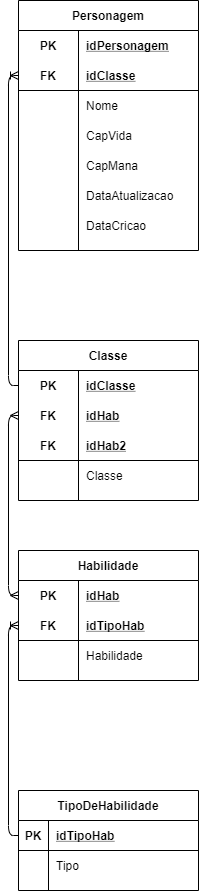
Before: Hroadsprojeto/DiagramaConceitualLogicoFisico/SENAI_HROADS_MANHA-logico.png, a diagram exported from draw.io (JvTolentinoS/-senai_sprint1_bd). Source tidied: cells renumbered, new cells last; positions are measured from the earlier drawing's top-left corner, leaving out a move shared by most shapes. Its diagram source:
```xml
<mxGraphModel>
  <root>
    <mxCell id="0" />
    <mxCell id="1" parent="0" />
    <mxCell id="2" value="TipoDeHabilidade" style="shape=table;startSize=30;rowLines=0;fontStyle=1;align=center;" parent="1" vertex="1">
      <mxGeometry y="790" width="180" height="100" as="geometry" />
    </mxCell>
    <mxCell id="3" style="shape=partialRectangle;fillColor=none;top=0;left=0;bottom=1;right=0;points=[[0,0.5],[1,0.5]];portConstraint=eastwest;" parent="2" vertex="1">
      <mxGeometry y="30" width="180" height="30" as="geometry" />
    </mxCell>
    <mxCell id="4" value="PK" style="shape=partialRectangle;fillColor=none;top=0;left=0;bottom=0;right=0;fontStyle=1;overflow=hidden;" parent="3" vertex="1">
      <mxGeometry width="30" height="30" as="geometry" />
    </mxCell>
    <mxCell id="5" value="idTipoHab" style="shape=partialRectangle;fillColor=none;top=0;left=0;bottom=0;right=0;align=left;spacingLeft=6;fontStyle=5;overflow=hidden;" parent="3" vertex="1">
      <mxGeometry x="30" width="150" height="30" as="geometry" />
    </mxCell>
    <mxCell id="6" style="shape=partialRectangle;fillColor=none;top=0;left=0;bottom=0;right=0;" parent="2" vertex="1">
      <mxGeometry y="60" width="180" height="30" as="geometry" />
    </mxCell>
    <mxCell id="7" style="shape=partialRectangle;fillColor=none;top=0;left=0;bottom=0;right=0;overflow=hidden;" parent="6" vertex="1">
      <mxGeometry width="30" height="30" as="geometry" />
    </mxCell>
    <mxCell id="8" value="Tipo" style="shape=partialRectangle;fillColor=none;top=0;left=0;bottom=0;right=0;align=left;spacingLeft=6;overflow=hidden;" parent="6" vertex="1">
      <mxGeometry x="30" width="150" height="30" as="geometry" />
    </mxCell>
    <mxCell id="9" value="Habilidade" style="shape=table;startSize=30;rowLines=0;fontStyle=1;align=center;" parent="1" vertex="1">
      <mxGeometry y="550" width="180" height="130" as="geometry" />
    </mxCell>
    <mxCell id="10" style="shape=partialRectangle;fillColor=none;top=0;left=0;bottom=0;right=0;points=[[0,0.5],[1,0.5]];portConstraint=eastwest;" parent="9" vertex="1">
      <mxGeometry y="30" width="180" height="30" as="geometry" />
    </mxCell>
    <mxCell id="11" value="PK" style="shape=partialRectangle;fillColor=none;top=0;left=0;bottom=0;right=0;fontStyle=1;overflow=hidden;" parent="10" vertex="1">
      <mxGeometry width="60" height="30" as="geometry" />
    </mxCell>
    <mxCell id="12" value="idHab" style="shape=partialRectangle;fillColor=none;top=0;left=0;bottom=0;right=0;align=left;spacingLeft=6;fontStyle=5;overflow=hidden;" parent="10" vertex="1">
      <mxGeometry x="60" width="120" height="30" as="geometry" />
    </mxCell>
    <mxCell id="13" style="shape=partialRectangle;fillColor=none;top=0;left=0;bottom=1;right=0;points=[[0,0.5],[1,0.5]];portConstraint=eastwest;" parent="9" vertex="1">
      <mxGeometry y="60" width="180" height="30" as="geometry" />
    </mxCell>
    <mxCell id="14" value="FK" style="shape=partialRectangle;fillColor=none;top=0;left=0;bottom=0;right=0;fontStyle=1;overflow=hidden;" parent="13" vertex="1">
      <mxGeometry width="60" height="30" as="geometry" />
    </mxCell>
    <mxCell id="15" value="idTipoHab" style="shape=partialRectangle;fillColor=none;top=0;left=0;bottom=0;right=0;align=left;spacingLeft=6;fontStyle=5;overflow=hidden;" parent="13" vertex="1">
      <mxGeometry x="60" width="120" height="30" as="geometry" />
    </mxCell>
    <mxCell id="16" style="shape=partialRectangle;fillColor=none;top=0;left=0;bottom=0;right=0;" parent="9" vertex="1">
      <mxGeometry y="90" width="180" height="30" as="geometry" />
    </mxCell>
    <mxCell id="17" style="shape=partialRectangle;fillColor=none;top=0;left=0;bottom=0;right=0;overflow=hidden;" parent="16" vertex="1">
      <mxGeometry width="60" height="30" as="geometry" />
    </mxCell>
    <mxCell id="18" value="Habilidade" style="shape=partialRectangle;fillColor=none;top=0;left=0;bottom=0;right=0;align=left;spacingLeft=6;overflow=hidden;" parent="16" vertex="1">
      <mxGeometry x="60" width="120" height="30" as="geometry" />
    </mxCell>
    <mxCell id="19" style="edgeStyle=orthogonalEdgeStyle;fontSize=12;html=1;endArrow=ERoneToMany;entryX=0;entryY=0.5;entryDx=0;entryDy=0;exitX=0;exitY=0.5;exitDx=0;exitDy=0;" parent="1" edge="1" source="3" target="13">
      <mxGeometry relative="1" as="geometry" />
    </mxCell>
    <mxCell id="20" value="Classe" style="shape=table;startSize=30;rowLines=0;fontStyle=1;align=center;" parent="1" vertex="1">
      <mxGeometry y="340" width="180" height="160" as="geometry" />
    </mxCell>
    <mxCell id="21" style="shape=partialRectangle;fillColor=none;top=0;left=0;bottom=0;right=0;points=[[0,0.5],[1,0.5]];portConstraint=eastwest;" parent="20" vertex="1">
      <mxGeometry y="30" width="180" height="30" as="geometry" />
    </mxCell>
    <mxCell id="22" value="PK" style="shape=partialRectangle;fillColor=none;top=0;left=0;bottom=0;right=0;fontStyle=1;overflow=hidden;" parent="21" vertex="1">
      <mxGeometry width="60" height="30" as="geometry" />
    </mxCell>
    <mxCell id="23" value="idClasse" style="shape=partialRectangle;fillColor=none;top=0;left=0;bottom=0;right=0;align=left;spacingLeft=6;fontStyle=5;overflow=hidden;" parent="21" vertex="1">
      <mxGeometry x="60" width="120" height="30" as="geometry" />
    </mxCell>
    <mxCell id="24" style="shape=partialRectangle;fillColor=none;top=0;left=0;bottom=0;right=0;points=[[0,0.5],[1,0.5]];portConstraint=eastwest;" parent="20" vertex="1">
      <mxGeometry y="60" width="180" height="30" as="geometry" />
    </mxCell>
    <mxCell id="25" value="FK" style="shape=partialRectangle;fillColor=none;top=0;left=0;bottom=0;right=0;fontStyle=1;overflow=hidden;" parent="24" vertex="1">
      <mxGeometry width="60" height="30" as="geometry" />
    </mxCell>
    <mxCell id="26" value="idHab" style="shape=partialRectangle;fillColor=none;top=0;left=0;bottom=0;right=0;align=left;spacingLeft=6;fontStyle=5;overflow=hidden;" parent="24" vertex="1">
      <mxGeometry x="60" width="120" height="30" as="geometry" />
    </mxCell>
    <mxCell id="27" style="shape=partialRectangle;fillColor=none;top=0;left=0;bottom=1;right=0;points=[[0,0.5],[1,0.5]];portConstraint=eastwest;" parent="20" vertex="1">
      <mxGeometry y="90" width="180" height="30" as="geometry" />
    </mxCell>
    <mxCell id="28" value="FK" style="shape=partialRectangle;fillColor=none;top=0;left=0;bottom=0;right=0;fontStyle=1;overflow=hidden;" parent="27" vertex="1">
      <mxGeometry width="60" height="30" as="geometry" />
    </mxCell>
    <mxCell id="29" value="idHab2" style="shape=partialRectangle;fillColor=none;top=0;left=0;bottom=0;right=0;align=left;spacingLeft=6;fontStyle=5;overflow=hidden;" parent="27" vertex="1">
      <mxGeometry x="60" width="120" height="30" as="geometry" />
    </mxCell>
    <mxCell id="30" style="shape=partialRectangle;fillColor=none;top=0;left=0;bottom=0;right=0;" parent="20" vertex="1">
      <mxGeometry y="120" width="180" height="30" as="geometry" />
    </mxCell>
    <mxCell id="31" style="shape=partialRectangle;fillColor=none;top=0;left=0;bottom=0;right=0;overflow=hidden;" parent="30" vertex="1">
      <mxGeometry width="60" height="30" as="geometry" />
    </mxCell>
    <mxCell id="32" value="Classe" style="shape=partialRectangle;fillColor=none;top=0;left=0;bottom=0;right=0;align=left;spacingLeft=6;overflow=hidden;" parent="30" vertex="1">
      <mxGeometry x="60" width="120" height="30" as="geometry" />
    </mxCell>
    <mxCell id="33" style="edgeStyle=orthogonalEdgeStyle;fontSize=12;html=1;endArrow=ERmany;startArrow=ERmany;entryX=0;entryY=0.5;entryDx=0;entryDy=0;exitX=0;exitY=0.5;exitDx=0;exitDy=0;" parent="1" edge="1" source="10" target="24">
      <mxGeometry relative="1" as="geometry" />
    </mxCell>
    <mxCell id="34" value="Personagem" style="shape=table;startSize=30;rowLines=0;fontStyle=1;align=center;" parent="1" vertex="1">
      <mxGeometry width="180" height="250" as="geometry" />
    </mxCell>
    <mxCell id="35" style="shape=partialRectangle;fillColor=none;top=0;left=0;bottom=0;right=0;" parent="34" vertex="1">
      <mxGeometry y="30" width="180" height="30" as="geometry" />
    </mxCell>
    <mxCell id="36" value="PK" style="shape=partialRectangle;fillColor=none;top=0;left=0;bottom=0;right=0;fontStyle=1;overflow=hidden;" parent="35" vertex="1">
      <mxGeometry width="60" height="30" as="geometry" />
    </mxCell>
    <mxCell id="37" value="idPersonagem" style="shape=partialRectangle;fillColor=none;top=0;left=0;bottom=0;right=0;align=left;spacingLeft=6;fontStyle=5;overflow=hidden;" parent="35" vertex="1">
      <mxGeometry x="60" width="120" height="30" as="geometry" />
    </mxCell>
    <mxCell id="38" style="shape=partialRectangle;fillColor=none;top=0;left=0;bottom=1;right=0;points=[[0,0.5],[1,0.5]];portConstraint=eastwest;" parent="34" vertex="1">
      <mxGeometry y="60" width="180" height="30" as="geometry" />
    </mxCell>
    <mxCell id="39" value="FK" style="shape=partialRectangle;fillColor=none;top=0;left=0;bottom=0;right=0;fontStyle=1;overflow=hidden;" parent="38" vertex="1">
      <mxGeometry width="60" height="30" as="geometry" />
    </mxCell>
    <mxCell id="40" value="idClasse" style="shape=partialRectangle;fillColor=none;top=0;left=0;bottom=0;right=0;align=left;spacingLeft=6;fontStyle=5;overflow=hidden;" parent="38" vertex="1">
      <mxGeometry x="60" width="120" height="30" as="geometry" />
    </mxCell>
    <mxCell id="41" style="shape=partialRectangle;fillColor=none;top=0;left=0;bottom=0;right=0;" parent="34" vertex="1">
      <mxGeometry y="90" width="180" height="30" as="geometry" />
    </mxCell>
    <mxCell id="42" style="shape=partialRectangle;fillColor=none;top=0;left=0;bottom=0;right=0;overflow=hidden;" parent="41" vertex="1">
      <mxGeometry width="60" height="30" as="geometry" />
    </mxCell>
    <mxCell id="43" value="Nome" style="shape=partialRectangle;fillColor=none;top=0;left=0;bottom=0;right=0;align=left;spacingLeft=6;overflow=hidden;" parent="41" vertex="1">
      <mxGeometry x="60" width="120" height="30" as="geometry" />
    </mxCell>
    <mxCell id="44" style="shape=partialRectangle;fillColor=none;top=0;left=0;bottom=0;right=0;" parent="34" vertex="1">
      <mxGeometry y="120" width="180" height="30" as="geometry" />
    </mxCell>
    <mxCell id="45" style="shape=partialRectangle;fillColor=none;top=0;left=0;bottom=0;right=0;overflow=hidden;" parent="44" vertex="1">
      <mxGeometry width="60" height="30" as="geometry" />
    </mxCell>
    <mxCell id="46" value="CapVida" style="shape=partialRectangle;fillColor=none;top=0;left=0;bottom=0;right=0;align=left;spacingLeft=6;overflow=hidden;" parent="44" vertex="1">
      <mxGeometry x="60" width="120" height="30" as="geometry" />
    </mxCell>
    <mxCell id="47" style="shape=partialRectangle;fillColor=none;top=0;left=0;bottom=0;right=0;" parent="34" vertex="1">
      <mxGeometry y="150" width="180" height="30" as="geometry" />
    </mxCell>
    <mxCell id="48" style="shape=partialRectangle;fillColor=none;top=0;left=0;bottom=0;right=0;overflow=hidden;" parent="47" vertex="1">
      <mxGeometry width="60" height="30" as="geometry" />
    </mxCell>
    <mxCell id="49" value="CapMana" style="shape=partialRectangle;fillColor=none;top=0;left=0;bottom=0;right=0;align=left;spacingLeft=6;overflow=hidden;" parent="47" vertex="1">
      <mxGeometry x="60" width="120" height="30" as="geometry" />
    </mxCell>
    <mxCell id="50" style="shape=partialRectangle;fillColor=none;top=0;left=0;bottom=0;right=0;" parent="34" vertex="1">
      <mxGeometry y="180" width="180" height="30" as="geometry" />
    </mxCell>
    <mxCell id="51" style="shape=partialRectangle;fillColor=none;top=0;left=0;bottom=0;right=0;overflow=hidden;" parent="50" vertex="1">
      <mxGeometry width="60" height="30" as="geometry" />
    </mxCell>
    <mxCell id="52" value="DataAtualizacao" style="shape=partialRectangle;fillColor=none;top=0;left=0;bottom=0;right=0;align=left;spacingLeft=6;overflow=hidden;" parent="50" vertex="1">
      <mxGeometry x="60" width="120" height="30" as="geometry" />
    </mxCell>
    <mxCell id="53" style="shape=partialRectangle;fillColor=none;top=0;left=0;bottom=0;right=0;" parent="34" vertex="1">
      <mxGeometry y="210" width="180" height="30" as="geometry" />
    </mxCell>
    <mxCell id="54" style="shape=partialRectangle;fillColor=none;top=0;left=0;bottom=0;right=0;overflow=hidden;" parent="53" vertex="1">
      <mxGeometry width="60" height="30" as="geometry" />
    </mxCell>
    <mxCell id="55" value="DataCricao" style="shape=partialRectangle;fillColor=none;top=0;left=0;bottom=0;right=0;align=left;spacingLeft=6;overflow=hidden;" parent="53" vertex="1">
      <mxGeometry x="60" width="120" height="30" as="geometry" />
    </mxCell>
    <mxCell id="56" style="edgeStyle=orthogonalEdgeStyle;fontSize=12;html=1;endArrow=ERoneToMany;entryX=0;entryY=0.5;entryDx=0;entryDy=0;exitX=0;exitY=0.5;exitDx=0;exitDy=0;" parent="1" edge="1" source="21" target="38">
      <mxGeometry relative="1" as="geometry" />
    </mxCell>
  </root>
</mxGraphModel>
```
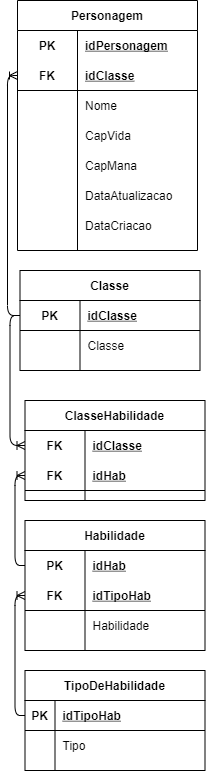
After the commit.

What changed in the source:
```diff
@@ -3,7 +3,7 @@
     <mxCell id="0" />
     <mxCell id="1" parent="0" />
     <mxCell id="2" value="TipoDeHabilidade" style="shape=table;startSize=30;rowLines=0;fontStyle=1;align=center;" parent="1" vertex="1">
-      <mxGeometry y="790" width="180" height="100" as="geometry" />
+      <mxGeometry x="7.5" y="670" width="180" height="100" as="geometry" />
     </mxCell>
     <mxCell id="3" style="shape=partialRectangle;fillColor=none;top=0;left=0;bottom=1;right=0;points=[[0,0.5],[1,0.5]];portConstraint=eastwest;" parent="2" vertex="1">
       <mxGeometry y="30" width="180" height="30" as="geometry" />
@@ -24,7 +24,7 @@
       <mxGeometry x="30" width="150" height="30" as="geometry" />
     </mxCell>
     <mxCell id="9" value="Habilidade" style="shape=table;startSize=30;rowLines=0;fontStyle=1;align=center;" parent="1" vertex="1">
-      <mxGeometry y="550" width="180" height="130" as="geometry" />
+      <mxGeometry x="7.5" y="520" width="180" height="130" as="geometry" />
     </mxCell>
     <mxCell id="10" style="shape=partialRectangle;fillColor=none;top=0;left=0;bottom=0;right=0;points=[[0,0.5],[1,0.5]];portConstraint=eastwest;" parent="9" vertex="1">
       <mxGeometry y="30" width="180" height="30" as="geometry" />
@@ -57,37 +57,19 @@
       <mxGeometry relative="1" as="geometry" />
     </mxCell>
     <mxCell id="20" value="Classe" style="shape=table;startSize=30;rowLines=0;fontStyle=1;align=center;" parent="1" vertex="1">
-      <mxGeometry y="340" width="180" height="160" as="geometry" />
+      <mxGeometry x="2.5" y="270" width="180" height="100" as="geometry" />
     </mxCell>
-    <mxCell id="21" style="shape=partialRectangle;fillColor=none;top=0;left=0;bottom=0;right=0;points=[[0,0.5],[1,0.5]];portConstraint=eastwest;" parent="20" vertex="1">
-      <mxGeometry y="30" width="180" height="30" as="geometry" />
-    </mxCell>
-    <mxCell id="22" value="PK" style="shape=partialRectangle;fillColor=none;top=0;left=0;bottom=0;right=0;fontStyle=1;overflow=hidden;" parent="21" vertex="1">
-      <mxGeometry width="60" height="30" as="geometry" />
-    </mxCell>
-    <mxCell id="23" value="idClasse" style="shape=partialRectangle;fillColor=none;top=0;left=0;bottom=0;right=0;align=left;spacingLeft=6;fontStyle=5;overflow=hidden;" parent="21" vertex="1">
-      <mxGeometry x="60" width="120" height="30" as="geometry" />
-    </mxCell>
-    <mxCell id="24" style="shape=partialRectangle;fillColor=none;top=0;left=0;bottom=0;right=0;points=[[0,0.5],[1,0.5]];portConstraint=eastwest;" parent="20" vertex="1">
-      <mxGeometry y="60" width="180" height="30" as="geometry" />
-    </mxCell>
-    <mxCell id="25" value="FK" style="shape=partialRectangle;fillColor=none;top=0;left=0;bottom=0;right=0;fontStyle=1;overflow=hidden;" parent="24" vertex="1">
-      <mxGeometry width="60" height="30" as="geometry" />
-    </mxCell>
-    <mxCell id="26" value="idHab" style="shape=partialRectangle;fillColor=none;top=0;left=0;bottom=0;right=0;align=left;spacingLeft=6;fontStyle=5;overflow=hidden;" parent="24" vertex="1">
-      <mxGeometry x="60" width="120" height="30" as="geometry" />
-    </mxCell>
     <mxCell id="27" style="shape=partialRectangle;fillColor=none;top=0;left=0;bottom=1;right=0;points=[[0,0.5],[1,0.5]];portConstraint=eastwest;" parent="20" vertex="1">
-      <mxGeometry y="90" width="180" height="30" as="geometry" />
+      <mxGeometry y="30" width="180" height="30" as="geometry" />
     </mxCell>
-    <mxCell id="28" value="FK" style="shape=partialRectangle;fillColor=none;top=0;left=0;bottom=0;right=0;fontStyle=1;overflow=hidden;" parent="27" vertex="1">
+    <mxCell id="28" value="PK" style="shape=partialRectangle;fillColor=none;top=0;left=0;bottom=0;right=0;fontStyle=1;overflow=hidden;" parent="27" vertex="1">
       <mxGeometry width="60" height="30" as="geometry" />
     </mxCell>
-    <mxCell id="29" value="idHab2" style="shape=partialRectangle;fillColor=none;top=0;left=0;bottom=0;right=0;align=left;spacingLeft=6;fontStyle=5;overflow=hidden;" parent="27" vertex="1">
+    <mxCell id="29" value="idClasse" style="shape=partialRectangle;fillColor=none;top=0;left=0;bottom=0;right=0;align=left;spacingLeft=6;fontStyle=5;overflow=hidden;" parent="27" vertex="1">
       <mxGeometry x="60" width="120" height="30" as="geometry" />
     </mxCell>
     <mxCell id="30" style="shape=partialRectangle;fillColor=none;top=0;left=0;bottom=0;right=0;" parent="20" vertex="1">
-      <mxGeometry y="120" width="180" height="30" as="geometry" />
+      <mxGeometry y="60" width="180" height="30" as="geometry" />
     </mxCell>
     <mxCell id="31" style="shape=partialRectangle;fillColor=none;top=0;left=0;bottom=0;right=0;overflow=hidden;" parent="30" vertex="1">
       <mxGeometry width="60" height="30" as="geometry" />
@@ -95,9 +77,6 @@
     <mxCell id="32" value="Classe" style="shape=partialRectangle;fillColor=none;top=0;left=0;bottom=0;right=0;align=left;spacingLeft=6;overflow=hidden;" parent="30" vertex="1">
       <mxGeometry x="60" width="120" height="30" as="geometry" />
     </mxCell>
-    <mxCell id="33" style="edgeStyle=orthogonalEdgeStyle;fontSize=12;html=1;endArrow=ERmany;startArrow=ERmany;entryX=0;entryY=0.5;entryDx=0;entryDy=0;exitX=0;exitY=0.5;exitDx=0;exitDy=0;" parent="1" edge="1" source="10" target="24">
-      <mxGeometry relative="1" as="geometry" />
-    </mxCell>
     <mxCell id="34" value="Personagem" style="shape=table;startSize=30;rowLines=0;fontStyle=1;align=center;" parent="1" vertex="1">
       <mxGeometry width="180" height="250" as="geometry" />
     </mxCell>
@@ -161,11 +140,38 @@
     <mxCell id="54" style="shape=partialRectangle;fillColor=none;top=0;left=0;bottom=0;right=0;overflow=hidden;" parent="53" vertex="1">
       <mxGeometry width="60" height="30" as="geometry" />
     </mxCell>
-    <mxCell id="55" value="DataCricao" style="shape=partialRectangle;fillColor=none;top=0;left=0;bottom=0;right=0;align=left;spacingLeft=6;overflow=hidden;" parent="53" vertex="1">
+    <mxCell id="55" value="DataCriacao" style="shape=partialRectangle;fillColor=none;top=0;left=0;bottom=0;right=0;align=left;spacingLeft=6;overflow=hidden;" parent="53" vertex="1">
       <mxGeometry x="60" width="120" height="30" as="geometry" />
     </mxCell>
-    <mxCell id="56" style="edgeStyle=orthogonalEdgeStyle;fontSize=12;html=1;endArrow=ERoneToMany;entryX=0;entryY=0.5;entryDx=0;entryDy=0;exitX=0;exitY=0.5;exitDx=0;exitDy=0;" parent="1" edge="1" source="21" target="38">
-      <mxGeometry relative="1" as="geometry" />
-    </mxCell>
+    <mxCell id="57" value="ClasseHabilidade" style="shape=table;startSize=30;rowLines=0;fontStyle=1;align=center;" parent="1" vertex="1">
+      <mxGeometry x="7.5" y="400" width="180" height="100" as="geometry" />
+    </mxCell>
+    <mxCell id="21" style="shape=partialRectangle;fillColor=none;top=0;left=0;bottom=0;right=0;points=[[0,0.5],[1,0.5]];portConstraint=eastwest;" parent="57" vertex="1">
+      <mxGeometry y="30" width="180" height="30" as="geometry" />
+    </mxCell>
+    <mxCell id="58" value="FK" style="shape=partialRectangle;fillColor=none;top=0;left=0;bottom=0;right=0;fontStyle=1;overflow=hidden;" parent="21" vertex="1">
+      <mxGeometry width="60" height="30" as="geometry" />
+    </mxCell>
+    <mxCell id="23" value="idClasse" style="shape=partialRectangle;fillColor=none;top=0;left=0;bottom=0;right=0;align=left;spacingLeft=6;fontStyle=5;overflow=hidden;" parent="21" vertex="1">
+      <mxGeometry x="60" width="120" height="30" as="geometry" />
+    </mxCell>
+    <mxCell id="59" style="shape=partialRectangle;fillColor=none;top=0;left=0;bottom=1;right=0;points=[[0,0.5],[1,0.5]];portConstraint=eastwest;" parent="57" vertex="1">
+      <mxGeometry y="60" width="180" height="30" as="geometry" />
+    </mxCell>
+    <mxCell id="60" value="FK" style="shape=partialRectangle;fillColor=none;top=0;left=0;bottom=0;right=0;fontStyle=1;overflow=hidden;" parent="59" vertex="1">
+      <mxGeometry width="60" height="30" as="geometry" />
+    </mxCell>
+    <mxCell id="26" value="idHab" style="shape=partialRectangle;fillColor=none;top=0;left=0;bottom=0;right=0;align=left;spacingLeft=6;fontStyle=5;overflow=hidden;" parent="59" vertex="1">
+      <mxGeometry x="60" width="120" height="30" as="geometry" />
+    </mxCell>
+    <mxCell id="61" style="edgeStyle=orthogonalEdgeStyle;fontSize=12;html=1;endArrow=ERoneToMany;exitX=0;exitY=0.5;exitDx=0;exitDy=0;entryX=0;entryY=0.5;entryDx=0;entryDy=0;" parent="1" edge="1" source="27" target="21">
+      <mxGeometry relative="1" as="geometry" />
+    </mxCell>
+    <mxCell id="62" style="edgeStyle=orthogonalEdgeStyle;fontSize=12;html=1;endArrow=ERoneToMany;entryX=0;entryY=0.5;entryDx=0;entryDy=0;exitX=0;exitY=0.5;exitDx=0;exitDy=0;" parent="1" edge="1" source="10" target="59">
+      <mxGeometry relative="1" as="geometry" />
+    </mxCell>
+    <mxCell id="63" style="edgeStyle=orthogonalEdgeStyle;fontSize=12;html=1;endArrow=ERoneToMany;entryX=0;entryY=0.5;entryDx=0;entryDy=0;exitX=0;exitY=0.5;exitDx=0;exitDy=0;" parent="1" edge="1" source="27" target="38">
+      <mxGeometry relative="1" as="geometry" />
+    </mxCell>
   </root>
 </mxGraphModel>
```
